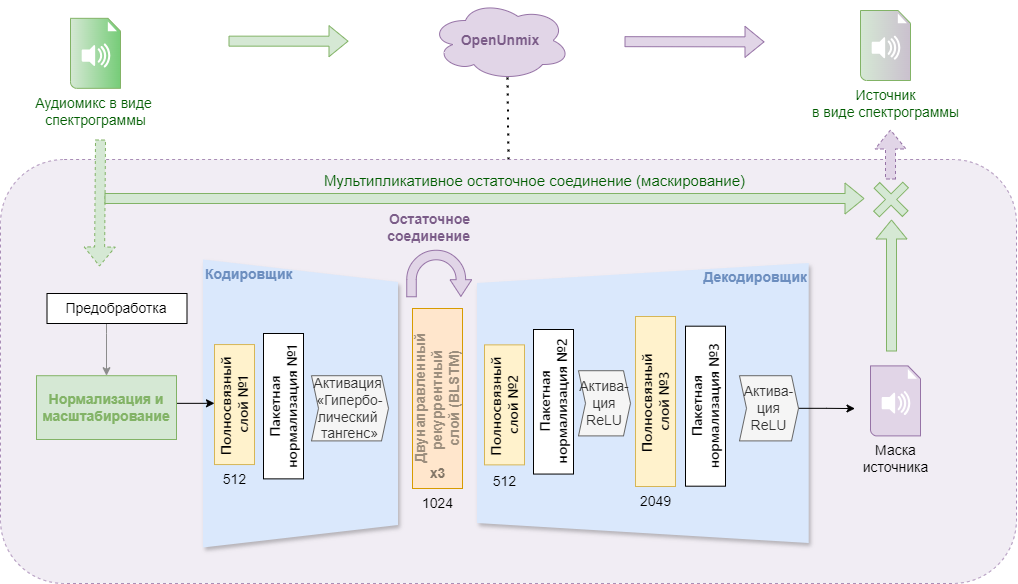
The draw.io diagram figures/open unmix.png in barvarvara/bstunote-main, before a commit. Source tidied: cells renumbered, new cells last; positions are measured from the earlier drawing's top-left corner, leaving out a move shared by most shapes. The source it was exported from:
```xml
<mxGraphModel>
  <root>
    <mxCell id="0" />
    <mxCell id="1" parent="0" />
    <mxCell id="2" value="OpenUnmix" style="ellipse;shape=cloud;whiteSpace=wrap;html=1;fillColor=#e1d5e7;strokeColor=#9673a6;fontStyle=1;fontSize=14;fontColor=#7B5C88;" parent="1" vertex="1">
      <mxGeometry x="430" width="140" height="80" as="geometry" />
    </mxCell>
    <mxCell id="3" style="shape=flexArrow;endArrow=classic;html=1;rounded=0;fillColor=#d5e8d4;strokeColor=#82b366;fontSize=14;" parent="1" edge="1">
      <mxGeometry relative="1" as="geometry">
        <mxPoint x="228" y="40.7" as="sourcePoint" />
        <mxPoint x="348" y="40.7" as="targetPoint" />
      </mxGeometry>
    </mxCell>
    <mxCell id="4" style="shape=flexArrow;endArrow=classic;html=1;rounded=0;fillColor=#e1d5e7;strokeColor=#9673a6;fontSize=14;" parent="1" edge="1">
      <mxGeometry relative="1" as="geometry">
        <mxPoint x="624" y="41.2" as="sourcePoint" />
        <mxPoint x="764" y="41.4" as="targetPoint" />
      </mxGeometry>
    </mxCell>
    <mxCell id="5" style="endArrow=none;dashed=1;html=1;dashPattern=1 3;strokeWidth=2;rounded=0;entryX=0.55;entryY=0.95;entryDx=0;entryDy=0;entryPerimeter=0;fontSize=14;exitX=0.5;exitY=0;exitDx=0;exitDy=0;" parent="1" edge="1" source="6" target="2">
      <mxGeometry relative="1" as="geometry" />
    </mxCell>
    <mxCell id="6" style="rounded=1;whiteSpace=wrap;html=1;dashed=1;fillColor=#EEE9F1;strokeColor=#9673a6;glass=0;gradientDirection=east;opacity=80;fontSize=14;" parent="1" vertex="1">
      <mxGeometry y="159" width="1016" height="424" as="geometry" />
    </mxCell>
    <mxCell id="7" value="&lt;font color=&quot;#6c8ebf&quot;&gt;&lt;span style=&quot;text-wrap: nowrap;&quot;&gt;&lt;b&gt;Декодировщик&lt;/b&gt;&lt;/span&gt;&lt;/font&gt;" style="shape=trapezoid;perimeter=trapezoidPerimeter;whiteSpace=wrap;html=1;fixedSize=1;dashed=1;fillColor=#dae8fc;strokeColor=none;rotation=90;flipH=0;flipV=1;fontSize=14;shadow=1;verticalAlign=top;horizontal=0;align=right;" parent="1" vertex="1">
      <mxGeometry x="502.4" y="236.7" width="280" height="331.7" as="geometry" />
    </mxCell>
    <mxCell id="8" value="&lt;font color=&quot;#6c8ebf&quot;&gt;&lt;span style=&quot;text-wrap: nowrap;&quot;&gt;&lt;b&gt;Кодировщик&lt;/b&gt;&lt;/span&gt;&lt;/font&gt;" style="shape=trapezoid;perimeter=trapezoidPerimeter;whiteSpace=wrap;html=1;fixedSize=1;dashed=1;fillColor=#dae8fc;strokeColor=none;rotation=90;fontSize=14;shadow=1;horizontal=0;verticalAlign=top;align=left;size=22.5;" parent="1" vertex="1">
      <mxGeometry x="156" y="305.5" width="288" height="195" as="geometry" />
    </mxCell>
    <mxCell id="9" style="edgeStyle=orthogonalEdgeStyle;rounded=0;jettySize=auto;html=1;fontSize=14;" parent="1" edge="1" target="15">
      <mxGeometry relative="1" as="geometry">
        <mxPoint x="170.1" y="402.8" as="sourcePoint" />
        <Array as="points">
          <mxPoint x="206" y="403" />
          <mxPoint x="206" y="403" />
        </Array>
      </mxGeometry>
    </mxCell>
    <mxCell id="10" style="edgeStyle=orthogonalEdgeStyle;rounded=0;jettySize=auto;html=1;strokeColor=light-dark(#8c8c8c, #ededed);entryX=0.5;entryY=0;entryDx=0;entryDy=0;fontSize=14;" parent="1" edge="1" source="11" target="31">
      <mxGeometry relative="1" as="geometry">
        <Array as="points">
          <mxPoint x="106" y="333" />
          <mxPoint x="106" y="333" />
        </Array>
      </mxGeometry>
    </mxCell>
    <mxCell id="11" value="Предобработка" style="rounded=0;whiteSpace=wrap;html=1;fontSize=14;" parent="1" vertex="1">
      <mxGeometry x="46.5" y="293" width="140" height="30" as="geometry" />
    </mxCell>
    <mxCell id="12" style="shape=flexArrow;endArrow=classic;html=1;rounded=0;fillColor=#d5e8d4;strokeColor=#82b366;dashed=1;fontSize=14;" parent="1" edge="1">
      <mxGeometry relative="1" as="geometry">
        <mxPoint x="100" y="139" as="sourcePoint" />
        <mxPoint x="99" y="266" as="targetPoint" />
      </mxGeometry>
    </mxCell>
    <mxCell id="13" value="Активация&amp;nbsp;&lt;div&gt;«Гипербо-&lt;div&gt;лический&amp;nbsp;&lt;/div&gt;&lt;div&gt;тангенс»&lt;/div&gt;&lt;/div&gt;" style="shape=step;perimeter=stepPerimeter;whiteSpace=wrap;html=1;fixedSize=1;size=7;fillColor=#f5f5f5;fontColor=#333333;strokeColor=#666666;fontSize=14;" parent="1" vertex="1">
      <mxGeometry x="311" y="375.2" width="77" height="65.2" as="geometry" />
    </mxCell>
    <mxCell id="14" value="&lt;span style=&quot;margin: 0px; padding: 0px; box-sizing: border-box; border-width: 0px; border-style: solid; border-color: rgb(227, 227, 227); font-weight: 600; font-family: system-ui, ui-sans-serif, -apple-system, BlinkMacSystemFont, Inter, NotoSansHans, sans-serif; text-align: start; white-space-collapse: preserve-breaks;&quot; class=&quot;qwen-markdown-strong&quot;&gt;&lt;span style=&quot;margin: 0px; padding: 0px; box-sizing: border-box; border-width: 0px; border-style: solid; border-color: rgb(227, 227, 227);&quot; class=&quot;qwen-markdown-text&quot;&gt;Пакетная нормализация №1&lt;/span&gt;&lt;/span&gt;" style="rounded=0;whiteSpace=wrap;html=1;fontSize=14;horizontal=0;labelBackgroundColor=none;fontColor=default;" parent="1" vertex="1">
      <mxGeometry x="263" y="333" width="40" height="145.4" as="geometry" />
    </mxCell>
    <mxCell id="15" value="&lt;span style=&quot;margin: 0px; padding: 0px; box-sizing: border-box; border-width: 0px; border-style: solid; border-color: rgb(227, 227, 227); font-weight: 600; font-family: system-ui, ui-sans-serif, -apple-system, BlinkMacSystemFont, Inter, NotoSansHans, sans-serif; text-align: start; white-space-collapse: preserve-breaks;&quot; class=&quot;qwen-markdown-strong&quot;&gt;&lt;span style=&quot;margin: 0px; padding: 0px; box-sizing: border-box; border-width: 0px; border-style: solid; border-color: rgb(227, 227, 227);&quot; class=&quot;qwen-markdown-text&quot;&gt;Полносвязный&amp;nbsp;&lt;/span&gt;&lt;/span&gt;&lt;div&gt;&lt;span style=&quot;margin: 0px; padding: 0px; box-sizing: border-box; border-width: 0px; border-style: solid; border-color: rgb(227, 227, 227); font-weight: 600; font-family: system-ui, ui-sans-serif, -apple-system, BlinkMacSystemFont, Inter, NotoSansHans, sans-serif; text-align: start; white-space-collapse: preserve-breaks;&quot; class=&quot;qwen-markdown-strong&quot;&gt;&lt;span style=&quot;margin: 0px; padding: 0px; box-sizing: border-box; border-width: 0px; border-style: solid; border-color: rgb(227, 227, 227);&quot; class=&quot;qwen-markdown-text&quot;&gt;слой №1&lt;/span&gt;&lt;/span&gt;&lt;/div&gt;" style="rounded=0;whiteSpace=wrap;html=1;fontSize=14;horizontal=0;labelBackgroundColor=none;fillColor=#fff2cc;strokeColor=#d6b656;" parent="1" vertex="1">
      <mxGeometry x="214" y="344.1" width="40" height="120" as="geometry" />
    </mxCell>
    <mxCell id="16" value="512" style="text;html=1;align=center;verticalAlign=middle;strokeColor=none;fillColor=none;fontSize=14;" parent="1" vertex="1">
      <mxGeometry x="209" y="464.4" width="50" height="30" as="geometry" />
    </mxCell>
    <mxCell id="17" style="group;fontSize=14;" parent="1" vertex="1">
      <mxGeometry x="412" y="308" width="50" height="210" as="geometry" />
    </mxCell>
    <mxCell id="18" value="&lt;span style=&quot;color: rgb(156, 142, 125); font-weight: 700;&quot;&gt;Двунаправленный рекуррентный&amp;nbsp;&lt;/span&gt;&lt;div style=&quot;color: rgb(156, 142, 125); font-weight: 700;&quot;&gt;слой (BLSTM)&lt;/div&gt;" style="rounded=0;whiteSpace=wrap;html=1;fontSize=14;horizontal=0;labelBackgroundColor=none;fillColor=#ffe6cc;strokeColor=#d79b00;" parent="17" vertex="1">
      <mxGeometry width="50" height="180" as="geometry" />
    </mxCell>
    <mxCell id="19" value="1024" style="text;html=1;align=center;verticalAlign=middle;strokeColor=none;fillColor=none;fontSize=14;" parent="17" vertex="1">
      <mxGeometry y="180" width="50" height="30" as="geometry" />
    </mxCell>
    <mxCell id="20" value="&lt;b&gt;x3&lt;/b&gt;" style="text;html=1;align=center;verticalAlign=middle;strokeColor=none;fillColor=none;fontSize=14;fontColor=#837768;" parent="17" vertex="1">
      <mxGeometry x="5" y="150" width="40" height="30" as="geometry" />
    </mxCell>
    <mxCell id="21" value="&lt;span style=&quot;margin: 0px; padding: 0px; box-sizing: border-box; border-width: 0px; border-style: solid; border-color: rgb(227, 227, 227); font-weight: 600; font-family: system-ui, ui-sans-serif, -apple-system, BlinkMacSystemFont, Inter, NotoSansHans, sans-serif; text-align: start; white-space-collapse: preserve-breaks;&quot; class=&quot;qwen-markdown-strong&quot;&gt;&lt;span style=&quot;margin: 0px; padding: 0px; box-sizing: border-box; border-width: 0px; border-style: solid; border-color: rgb(227, 227, 227);&quot; class=&quot;qwen-markdown-text&quot;&gt;Пакетная нормализация №2&lt;/span&gt;&lt;/span&gt;" style="rounded=0;whiteSpace=wrap;html=1;fontSize=14;horizontal=0;labelBackgroundColor=none;fontColor=default;" parent="1" vertex="1">
      <mxGeometry x="533" y="329" width="40" height="144.6" as="geometry" />
    </mxCell>
    <mxCell id="22" value="&lt;span style=&quot;margin: 0px; padding: 0px; box-sizing: border-box; border-width: 0px; border-style: solid; border-color: rgb(227, 227, 227); font-weight: 600; font-family: system-ui, ui-sans-serif, -apple-system, BlinkMacSystemFont, Inter, NotoSansHans, sans-serif; text-align: start; white-space-collapse: preserve-breaks;&quot; class=&quot;qwen-markdown-strong&quot;&gt;&lt;span style=&quot;margin: 0px; padding: 0px; box-sizing: border-box; border-width: 0px; border-style: solid; border-color: rgb(227, 227, 227);&quot; class=&quot;qwen-markdown-text&quot;&gt;Полносвязный&amp;nbsp;&lt;/span&gt;&lt;/span&gt;&lt;div&gt;&lt;span style=&quot;margin: 0px; padding: 0px; box-sizing: border-box; border-width: 0px; border-style: solid; border-color: rgb(227, 227, 227); font-weight: 600; font-family: system-ui, ui-sans-serif, -apple-system, BlinkMacSystemFont, Inter, NotoSansHans, sans-serif; text-align: start; white-space-collapse: preserve-breaks;&quot; class=&quot;qwen-markdown-strong&quot;&gt;&lt;span style=&quot;margin: 0px; padding: 0px; box-sizing: border-box; border-width: 0px; border-style: solid; border-color: rgb(227, 227, 227);&quot; class=&quot;qwen-markdown-text&quot;&gt;слой №2&lt;/span&gt;&lt;/span&gt;&lt;/div&gt;" style="rounded=0;whiteSpace=wrap;html=1;fontSize=14;horizontal=0;labelBackgroundColor=none;fillColor=#fff2cc;strokeColor=#d6b656;" parent="1" vertex="1">
      <mxGeometry x="484" y="344.4" width="40" height="120" as="geometry" />
    </mxCell>
    <mxCell id="23" value="512" style="text;html=1;align=center;verticalAlign=middle;strokeColor=none;fillColor=none;fontSize=14;" parent="1" vertex="1">
      <mxGeometry x="479" y="466.4" width="50" height="30" as="geometry" />
    </mxCell>
    <mxCell id="24" value="&lt;div&gt;Актива-ция&lt;/div&gt;ReLU" style="shape=step;perimeter=stepPerimeter;whiteSpace=wrap;html=1;fixedSize=1;size=7;fillColor=#f5f5f5;fontColor=#333333;strokeColor=#666666;fontSize=14;" parent="1" vertex="1">
      <mxGeometry x="578" y="370.2" width="52" height="65.2" as="geometry" />
    </mxCell>
    <mxCell id="25" style="group;fontSize=14;" parent="1" vertex="1">
      <mxGeometry x="625" y="316" width="65" height="200" as="geometry" />
    </mxCell>
    <mxCell id="26" value="&lt;span style=&quot;margin: 0px; padding: 0px; box-sizing: border-box; border-width: 0px; border-style: solid; border-color: rgb(227, 227, 227); font-weight: 600; font-family: system-ui, ui-sans-serif, -apple-system, BlinkMacSystemFont, Inter, NotoSansHans, sans-serif; text-align: start; white-space-collapse: preserve-breaks;&quot; class=&quot;qwen-markdown-strong&quot;&gt;&lt;span style=&quot;margin: 0px; padding: 0px; box-sizing: border-box; border-width: 0px; border-style: solid; border-color: rgb(227, 227, 227);&quot; class=&quot;qwen-markdown-text&quot;&gt;Полносвязный&amp;nbsp;&lt;/span&gt;&lt;/span&gt;&lt;div&gt;&lt;span style=&quot;margin: 0px; padding: 0px; box-sizing: border-box; border-width: 0px; border-style: solid; border-color: rgb(227, 227, 227); font-weight: 600; font-family: system-ui, ui-sans-serif, -apple-system, BlinkMacSystemFont, Inter, NotoSansHans, sans-serif; text-align: start; white-space-collapse: preserve-breaks;&quot; class=&quot;qwen-markdown-strong&quot;&gt;&lt;span style=&quot;margin: 0px; padding: 0px; box-sizing: border-box; border-width: 0px; border-style: solid; border-color: rgb(227, 227, 227);&quot; class=&quot;qwen-markdown-text&quot;&gt;слой №3&lt;/span&gt;&lt;/span&gt;&lt;/div&gt;" style="rounded=0;whiteSpace=wrap;html=1;fontSize=14;horizontal=0;labelBackgroundColor=none;fillColor=#fff2cc;strokeColor=#d6b656;" parent="25" vertex="1">
      <mxGeometry x="10" width="40" height="170" as="geometry" />
    </mxCell>
    <mxCell id="27" value="2049" style="text;html=1;align=center;verticalAlign=middle;strokeColor=none;fillColor=none;fontSize=14;" parent="25" vertex="1">
      <mxGeometry x="5" y="170" width="50" height="30" as="geometry" />
    </mxCell>
    <mxCell id="28" style="edgeStyle=orthogonalEdgeStyle;rounded=0;jettySize=auto;html=1;entryX=0;entryY=0;entryDx=0;entryDy=26.925;entryPerimeter=0;exitX=1;exitY=0.5;exitDx=0;exitDy=0;" parent="1" edge="1" source="33">
      <mxGeometry relative="1" as="geometry">
        <mxPoint x="854.5" y="408.1" as="targetPoint" />
      </mxGeometry>
    </mxCell>
    <mxCell id="29" value="&lt;span style=&quot;margin: 0px; padding: 0px; box-sizing: border-box; border-width: 0px; border-style: solid; border-color: rgb(227, 227, 227); font-weight: 600; font-family: system-ui, ui-sans-serif, -apple-system, BlinkMacSystemFont, Inter, NotoSansHans, sans-serif; text-align: start; white-space-collapse: preserve-breaks;&quot; class=&quot;qwen-markdown-strong&quot;&gt;&lt;span style=&quot;margin: 0px; padding: 0px; box-sizing: border-box; border-width: 0px; border-style: solid; border-color: rgb(227, 227, 227);&quot; class=&quot;qwen-markdown-text&quot;&gt;Пакетная нормализация №3&lt;/span&gt;&lt;/span&gt;" style="rounded=0;whiteSpace=wrap;html=1;fontSize=14;horizontal=0;labelBackgroundColor=none;fontColor=default;" parent="1" vertex="1">
      <mxGeometry x="685" y="325.7" width="40" height="160" as="geometry" />
    </mxCell>
    <mxCell id="30" style="shape=flexArrow;endArrow=classic;html=1;rounded=0;fillColor=#e1d5e7;strokeColor=#9673a6;dashed=1;fontSize=14;" parent="1" edge="1">
      <mxGeometry relative="1" as="geometry">
        <mxPoint x="890" y="179" as="sourcePoint" />
        <mxPoint x="890" y="129" as="targetPoint" />
      </mxGeometry>
    </mxCell>
    <mxCell id="31" value="&lt;span style=&quot;color: rgb(130, 179, 102); font-weight: 700; text-align: left;&quot;&gt;Нормализация&amp;nbsp;&lt;/span&gt;&lt;span style=&quot;color: light-dark(rgb(130, 179, 102), rgb(130, 179, 102)); font-weight: 700; text-align: left; background-color: transparent;&quot;&gt;и масштабирование&lt;/span&gt;" style="rounded=0;whiteSpace=wrap;html=1;fillColor=#d5e8d4;strokeColor=#82b366;fontSize=14;" parent="1" vertex="1">
      <mxGeometry x="36" y="375.2" width="140" height="63.8" as="geometry" />
    </mxCell>
    <mxCell id="32" value="Остаточное&lt;div&gt;соединение&lt;/div&gt;" style="html=1;shadow=0;dashed=0;align=right;verticalAlign=middle;shape=mxgraph.arrows2.uTurnArrow;dy=4.77;arrowHead=21.76;dx2=16.68;rotation=90;fillColor=#e1d5e7;strokeColor=#9673a6;horizontal=0;labelPosition=left;verticalLabelPosition=middle;fontColor=#7B5C88;fontStyle=1;fontSize=14;" parent="1" vertex="1">
      <mxGeometry x="415.5" y="240.5" width="46.5" height="65" as="geometry" />
    </mxCell>
    <mxCell id="33" value="&lt;div&gt;Актива-ция&lt;/div&gt;ReLU" style="shape=step;perimeter=stepPerimeter;whiteSpace=wrap;html=1;fixedSize=1;size=7;fillColor=#f5f5f5;fontColor=#333333;strokeColor=#666666;fontSize=14;" parent="1" vertex="1">
      <mxGeometry x="739" y="375.2" width="59" height="65.2" as="geometry" />
    </mxCell>
    <mxCell id="34" value="&lt;font face=&quot;helvetica&quot; style=&quot;&quot;&gt;Аудио&lt;/font&gt;&lt;span style=&quot;background-color: transparent; font-family: helvetica;&quot;&gt;микс&amp;nbsp;&lt;/span&gt;&lt;span style=&quot;background-color: transparent; font-family: helvetica;&quot;&gt;в виде&amp;nbsp;&lt;/span&gt;&lt;div style=&quot;&quot;&gt;&lt;span style=&quot;background-color: transparent; font-family: helvetica;&quot;&gt;спектрограммы&lt;/span&gt;&lt;/div&gt;" style="shadow=0;dashed=0;html=1;strokeColor=#82b366;fillColor=#d5e8d4;labelPosition=center;verticalLabelPosition=bottom;verticalAlign=top;align=center;shape=mxgraph.veeam.audio_file;gradientColor=light-dark(#76CC78,#EDEDED);gradientDirection=east;fontSize=14;fontColor=#005C00;" parent="1" vertex="1">
      <mxGeometry x="70" y="17.8" width="50" height="70" as="geometry" />
    </mxCell>
    <mxCell id="35" value="Источник&lt;div&gt;в виде спектрограммы&lt;/div&gt;" style="shadow=0;dashed=0;html=1;strokeColor=#82b366;fillColor=#d5e8d4;labelPosition=center;verticalLabelPosition=bottom;verticalAlign=top;align=center;shape=mxgraph.veeam.audio_file;gradientColor=light-dark(#cac0ce, #ededed);gradientDirection=east;fontSize=14;fontColor=#005C00;" parent="1" vertex="1">
      <mxGeometry x="860" y="10" width="50" height="70" as="geometry" />
    </mxCell>
    <mxCell id="36" value="Маска&lt;div&gt;источника&lt;/div&gt;" style="shadow=0;dashed=0;html=1;strokeColor=#9673a6;fillColor=#e1d5e7;labelPosition=center;verticalLabelPosition=bottom;verticalAlign=top;align=center;shape=mxgraph.veeam.audio_file;gradientDirection=east;fontSize=14;" parent="1" vertex="1">
      <mxGeometry x="870" y="365.4" width="50" height="70" as="geometry" />
    </mxCell>
    <mxCell id="37" style="shape=flexArrow;endArrow=classic;html=1;rounded=0;fillColor=#d5e8d4;strokeColor=#82b366;fontSize=14;labelPosition=left;verticalLabelPosition=top;align=right;verticalAlign=bottom;" parent="1" edge="1">
      <mxGeometry relative="1" as="geometry">
        <mxPoint x="104" y="198" as="sourcePoint" />
        <mxPoint x="864" y="198" as="targetPoint" />
      </mxGeometry>
    </mxCell>
    <mxCell id="38" value="&lt;span style=&quot;font-size: 15px;&quot;&gt;Мультипликативное остаточное соединение (маскирование)&lt;/span&gt;" style="edgeLabel;html=1;align=center;verticalAlign=middle;labelBackgroundColor=none;fontColor=#005C00;" parent="37" vertex="1">
      <mxGeometry x="0.11" relative="1" as="geometry">
        <mxPoint x="6" y="-19" as="offset" />
      </mxGeometry>
    </mxCell>
    <mxCell id="39" style="shape=flexArrow;endArrow=classic;html=1;rounded=0;fillColor=#d5e8d4;strokeColor=#82b366;fontSize=14;" parent="1" edge="1">
      <mxGeometry relative="1" as="geometry">
        <mxPoint x="891" y="351" as="sourcePoint" />
        <mxPoint x="891" y="219" as="targetPoint" />
      </mxGeometry>
    </mxCell>
    <mxCell id="40" style="shape=cross;whiteSpace=wrap;html=1;rotation=-45;fillColor=#d5e8d4;strokeColor=#82b366;" parent="1" vertex="1">
      <mxGeometry x="870" y="179" width="41.1" height="40" as="geometry" />
    </mxCell>
  </root>
</mxGraphModel>
```
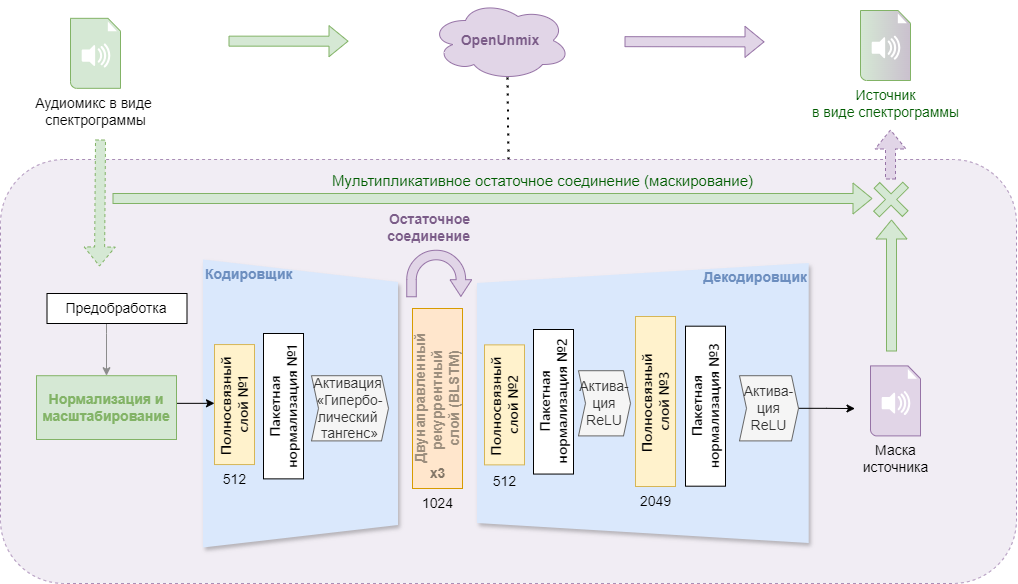
The same file after the commit.

Change to the diagram source:
```diff
@@ -123,7 +123,7 @@
     <mxCell id="33" value="&lt;div&gt;Актива-ция&lt;/div&gt;ReLU" style="shape=step;perimeter=stepPerimeter;whiteSpace=wrap;html=1;fixedSize=1;size=7;fillColor=#f5f5f5;fontColor=#333333;strokeColor=#666666;fontSize=14;" parent="1" vertex="1">
       <mxGeometry x="739" y="375.2" width="59" height="65.2" as="geometry" />
     </mxCell>
-    <mxCell id="34" value="&lt;font face=&quot;helvetica&quot; style=&quot;&quot;&gt;Аудио&lt;/font&gt;&lt;span style=&quot;background-color: transparent; font-family: helvetica;&quot;&gt;микс&amp;nbsp;&lt;/span&gt;&lt;span style=&quot;background-color: transparent; font-family: helvetica;&quot;&gt;в виде&amp;nbsp;&lt;/span&gt;&lt;div style=&quot;&quot;&gt;&lt;span style=&quot;background-color: transparent; font-family: helvetica;&quot;&gt;спектрограммы&lt;/span&gt;&lt;/div&gt;" style="shadow=0;dashed=0;html=1;strokeColor=#82b366;fillColor=#d5e8d4;labelPosition=center;verticalLabelPosition=bottom;verticalAlign=top;align=center;shape=mxgraph.veeam.audio_file;gradientColor=light-dark(#76CC78,#EDEDED);gradientDirection=east;fontSize=14;fontColor=#005C00;" parent="1" vertex="1">
+    <mxCell id="34" value="&lt;font face=&quot;helvetica&quot; style=&quot;&quot;&gt;Аудио&lt;/font&gt;&lt;span style=&quot;background-color: transparent; font-family: helvetica;&quot;&gt;микс&amp;nbsp;&lt;/span&gt;&lt;span style=&quot;background-color: transparent; font-family: helvetica;&quot;&gt;в виде&amp;nbsp;&lt;/span&gt;&lt;div style=&quot;&quot;&gt;&lt;span style=&quot;background-color: transparent; font-family: helvetica;&quot;&gt;спектрограммы&lt;/span&gt;&lt;/div&gt;" style="shadow=0;dashed=0;html=1;strokeColor=#82b366;fillColor=#d5e8d4;labelPosition=center;verticalLabelPosition=bottom;verticalAlign=top;align=center;shape=mxgraph.veeam.audio_file;gradientDirection=east;fontSize=14;" parent="1" vertex="1">
       <mxGeometry x="70" y="17.8" width="50" height="70" as="geometry" />
     </mxCell>
     <mxCell id="35" value="Источник&lt;div&gt;в виде спектрограммы&lt;/div&gt;" style="shadow=0;dashed=0;html=1;strokeColor=#82b366;fillColor=#d5e8d4;labelPosition=center;verticalLabelPosition=bottom;verticalAlign=top;align=center;shape=mxgraph.veeam.audio_file;gradientColor=light-dark(#cac0ce, #ededed);gradientDirection=east;fontSize=14;fontColor=#005C00;" parent="1" vertex="1">
@@ -134,8 +134,8 @@
     </mxCell>
     <mxCell id="37" style="shape=flexArrow;endArrow=classic;html=1;rounded=0;fillColor=#d5e8d4;strokeColor=#82b366;fontSize=14;labelPosition=left;verticalLabelPosition=top;align=right;verticalAlign=bottom;" parent="1" edge="1">
       <mxGeometry relative="1" as="geometry">
-        <mxPoint x="104" y="198" as="sourcePoint" />
-        <mxPoint x="864" y="198" as="targetPoint" />
+        <mxPoint x="112" y="198" as="sourcePoint" />
+        <mxPoint x="872" y="198" as="targetPoint" />
       </mxGeometry>
     </mxCell>
     <mxCell id="38" value="&lt;span style=&quot;font-size: 15px;&quot;&gt;Мультипликативное остаточное соединение (маскирование)&lt;/span&gt;" style="edgeLabel;html=1;align=center;verticalAlign=middle;labelBackgroundColor=none;fontColor=#005C00;" parent="37" vertex="1">
```
